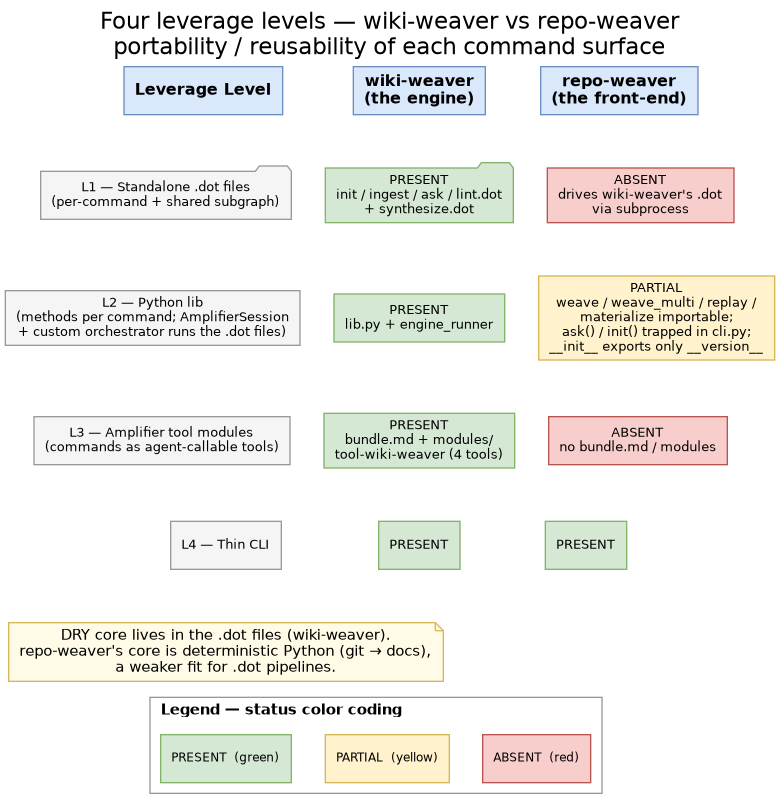
Above: docs/leverage-levels.png in microsoft/amplifier-app-repo-weaver (Graphviz), before the change. Its source is kept beside it as docs/leverage-levels.dot. The source it was exported from:
```dot
digraph leverage_levels {
  label="Four leverage levels — wiki-weaver vs repo-weaver\nportability / reusability of each command surface";
  labelloc="t";
  fontname="Helvetica";
  fontsize=17;
  rankdir=TB;
  nodesep=0.35;
  ranksep=0.55;
  node [fontname="Helvetica", fontsize=10, style=filled, shape=box];
  edge [style=invis];

  h_level [label="Leverage Level", fillcolor="#dae8fc", color="#6c8ebf", fontname="Helvetica-Bold", fontsize=12];
  h_ww    [label="wiki-weaver\n(the engine)", fillcolor="#dae8fc", color="#6c8ebf", fontname="Helvetica-Bold", fontsize=12];
  h_rw    [label="repo-weaver\n(the front-end)", fillcolor="#dae8fc", color="#6c8ebf", fontname="Helvetica-Bold", fontsize=12];

  l1_desc [label="L1 — Standalone .dot files\n(per-command + shared subgraph)", shape=folder, fillcolor="#f5f5f5", color="#999999"];
  l1_ww   [label="PRESENT\ninit / ingest / ask / lint.dot\n+ synthesize.dot", shape=folder, fillcolor="#d5e8d4", color="#82b366"];
  l1_rw   [label="ABSENT\ndrives wiki-weaver's .dot\nvia subprocess", fillcolor="#f8cecc", color="#b85450"];

  l2_desc [label="L2 — Python lib\n(methods per command; AmplifierSession\n+ custom orchestrator runs the .dot files)", fillcolor="#f5f5f5", color="#999999"];
  l2_ww   [label="PRESENT\nlib.py + engine_runner", fillcolor="#d5e8d4", color="#82b366"];
  l2_rw   [label="PARTIAL\nweave / weave_multi / replay /\nmaterialize importable;\nask() / init() trapped in cli.py;\n__init__ exports only __version__", fillcolor="#fff2cc", color="#d6b656"];

  l3_desc [label="L3 — Amplifier tool modules\n(commands as agent-callable tools)", fillcolor="#f5f5f5", color="#999999"];
  l3_ww   [label="PRESENT\nbundle.md + modules/\ntool-wiki-weaver (4 tools)", fillcolor="#d5e8d4", color="#82b366"];
  l3_rw   [label="ABSENT\nno bundle.md / modules", fillcolor="#f8cecc", color="#b85450"];

  l4_desc [label="L4 — Thin CLI", fillcolor="#f5f5f5", color="#999999"];
  l4_ww   [label="PRESENT", fillcolor="#d5e8d4", color="#82b366"];
  l4_rw   [label="PRESENT", fillcolor="#d5e8d4", color="#82b366"];

  note [label="DRY core lives in the .dot files (wiki-weaver).\nrepo-weaver's core is deterministic Python (git → docs),\na weaker fit for .dot pipelines.", shape=note, fillcolor="#fffbe6", color="#d6b656", fontsize=11];

  { rank=same; h_level; h_ww; h_rw }
  { rank=same; l1_desc; l1_ww; l1_rw }
  { rank=same; l2_desc; l2_ww; l2_rw }
  { rank=same; l3_desc; l3_ww; l3_rw }
  { rank=same; l4_desc; l4_ww; l4_rw }

  h_level -> l1_desc -> l2_desc -> l3_desc -> l4_desc -> note;
  h_ww    -> l1_ww   -> l2_ww   -> l3_ww   -> l4_ww;
  h_rw    -> l1_rw   -> l2_rw   -> l3_rw   -> l4_rw;

  h_level -> h_ww -> h_rw;
  l1_desc -> l1_ww -> l1_rw;
  l2_desc -> l2_ww -> l2_rw;
  l3_desc -> l3_ww -> l3_rw;
  l4_desc -> l4_ww -> l4_rw;

  subgraph cluster_legend {
    label="Legend — status color coding";
    labeljust="l";
    style=filled; fillcolor="#ffffff"; color="#999999";
    fontsize=11; fontname="Helvetica-Bold";
    node [fontsize=9];

    lg_present [label="PRESENT  (green)", fillcolor="#d5e8d4", color="#82b366"];
    lg_partial [label="PARTIAL  (yellow)", fillcolor="#fff2cc", color="#d6b656"];
    lg_absent  [label="ABSENT  (red)", fillcolor="#f8cecc", color="#b85450"];

    lg_present -> lg_partial -> lg_absent [style=invis];
    { rank=same; lg_present; lg_partial; lg_absent }
  }

  note -> lg_present [style=invis];
}
```
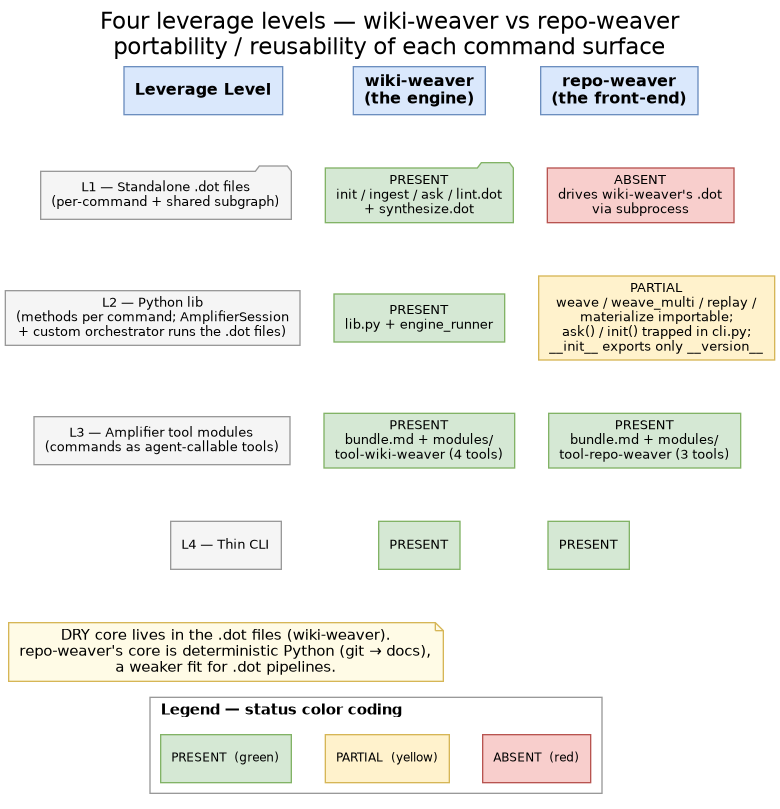
Later version of the same file.

Commit message:
feat: LEVEL 3 — Amplifier tool module (bundle.md + modules/tool-repo-weaver)

What changed in the source:
```diff
@@ -23,7 +23,7 @@
 
   l3_desc [label="L3 — Amplifier tool modules\n(commands as agent-callable tools)", fillcolor="#f5f5f5", color="#999999"];
   l3_ww   [label="PRESENT\nbundle.md + modules/\ntool-wiki-weaver (4 tools)", fillcolor="#d5e8d4", color="#82b366"];
-  l3_rw   [label="ABSENT\nno bundle.md / modules", fillcolor="#f8cecc", color="#b85450"];
+  l3_rw   [label="PRESENT\nbundle.md + modules/\ntool-repo-weaver (3 tools)", fillcolor="#d5e8d4", color="#82b366"];
 
   l4_desc [label="L4 — Thin CLI", fillcolor="#f5f5f5", color="#999999"];
   l4_ww   [label="PRESENT", fillcolor="#d5e8d4", color="#82b366"];
```
